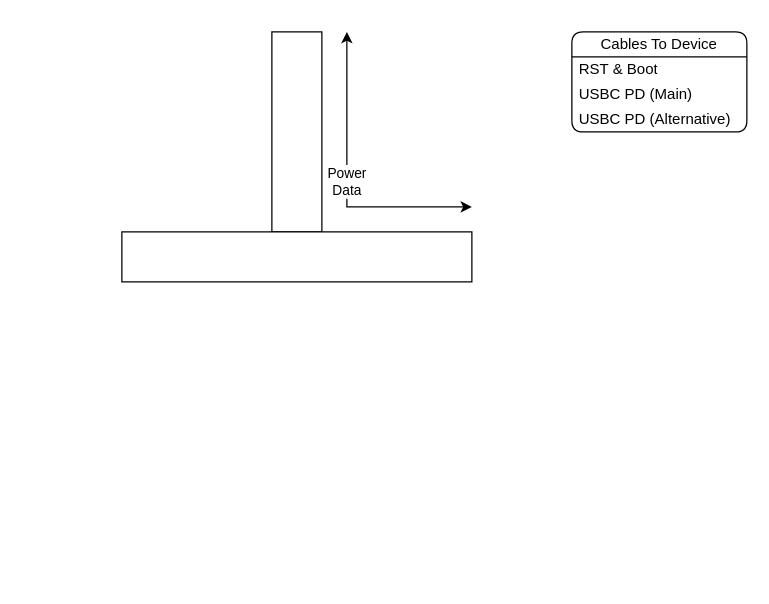
This is page "Brainstorm" (3 of 3) of Documents/Diagram.drawio from Ornithopter-Project/Wind-Tunnel-Platform, a draw.io file, before an edit. Source tidied: cells renumbered, new cells numbered last; positions are measured from the earlier drawing's top-left corner, leaving out a move shared by most shapes. Both pictures are drawn from the tidied source at 125%, with x=0, y=0 at pixel (121, 31).
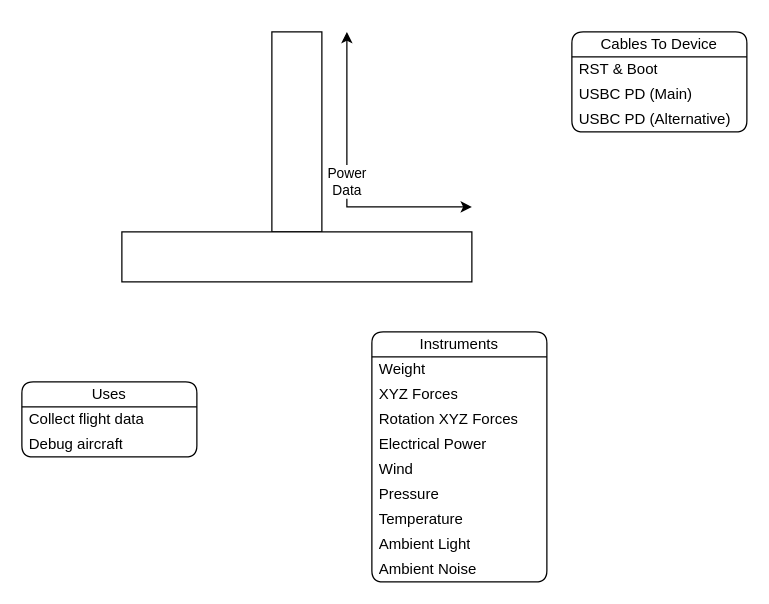
Above is the later version.

Diff of the diagram source:
```diff
@@
+    <mxCell id="9" value="Uses" style="swimlane;fontStyle=0;horizontal=1;startSize=20;whiteSpace=wrap;html=1;rounded=1;" parent="1" vertex="1">
+      <mxGeometry x="-80" y="280" width="140" height="60" as="geometry" />
+    </mxCell>
+    <mxCell id="10" value="Collect flight data" style="text;strokeColor=none;fillColor=none;align=left;verticalAlign=middle;spacingLeft=4;spacingRight=4;overflow=hidden;whiteSpace=wrap;html=1;" parent="9" vertex="1">
+      <mxGeometry y="20" width="140" height="20" as="geometry" />
+    </mxCell>
+    <mxCell id="11" value="Debug aircraft" style="text;strokeColor=none;fillColor=none;align=left;verticalAlign=middle;spacingLeft=4;spacingRight=4;overflow=hidden;whiteSpace=wrap;html=1;" parent="9" vertex="1">
+      <mxGeometry y="40" width="140" height="20" as="geometry" />
+    </mxCell>
+    <mxCell id="12" value="Instruments" style="swimlane;fontStyle=0;horizontal=1;startSize=20;whiteSpace=wrap;html=1;rounded=1;" parent="1" vertex="1">
+      <mxGeometry x="200" y="240" width="140" height="200" as="geometry" />
+    </mxCell>
+    <mxCell id="13" value="Weight" style="text;strokeColor=none;fillColor=none;align=left;verticalAlign=middle;spacingLeft=4;spacingRight=4;overflow=hidden;whiteSpace=wrap;html=1;" parent="12" vertex="1">
+      <mxGeometry y="20" width="140" height="20" as="geometry" />
+    </mxCell>
+    <mxCell id="14" value="XYZ Forces" style="text;strokeColor=none;fillColor=none;align=left;verticalAlign=middle;spacingLeft=4;spacingRight=4;overflow=hidden;whiteSpace=wrap;html=1;" parent="12" vertex="1">
+      <mxGeometry y="40" width="140" height="20" as="geometry" />
+    </mxCell>
+    <mxCell id="15" value="Rotation XYZ Forces" style="text;strokeColor=none;fillColor=none;align=left;verticalAlign=middle;spacingLeft=4;spacingRight=4;overflow=hidden;whiteSpace=wrap;html=1;" parent="12" vertex="1">
+      <mxGeometry y="60" width="140" height="20" as="geometry" />
+    </mxCell>
+    <mxCell id="16" value="Electrical Power" style="text;strokeColor=none;fillColor=none;align=left;verticalAlign=middle;spacingLeft=4;spacingRight=4;overflow=hidden;whiteSpace=wrap;html=1;" parent="12" vertex="1">
+      <mxGeometry y="80" width="140" height="20" as="geometry" />
+    </mxCell>
+    <mxCell id="17" value="Wind" style="text;strokeColor=none;fillColor=none;align=left;verticalAlign=middle;spacingLeft=4;spacingRight=4;overflow=hidden;whiteSpace=wrap;html=1;" parent="12" vertex="1">
+      <mxGeometry y="100" width="140" height="20" as="geometry" />
+    </mxCell>
+    <mxCell id="18" value="Pressure" style="text;strokeColor=none;fillColor=none;align=left;verticalAlign=middle;spacingLeft=4;spacingRight=4;overflow=hidden;whiteSpace=wrap;html=1;" parent="12" vertex="1">
+      <mxGeometry y="120" width="140" height="20" as="geometry" />
+    </mxCell>
+    <mxCell id="19" value="Temperature" style="text;strokeColor=none;fillColor=none;align=left;verticalAlign=middle;spacingLeft=4;spacingRight=4;overflow=hidden;whiteSpace=wrap;html=1;" parent="12" vertex="1">
+      <mxGeometry y="140" width="140" height="20" as="geometry" />
+    </mxCell>
+    <mxCell id="20" value="Ambient Light" style="text;strokeColor=none;fillColor=none;align=left;verticalAlign=middle;spacingLeft=4;spacingRight=4;overflow=hidden;whiteSpace=wrap;html=1;" parent="12" vertex="1">
+      <mxGeometry y="160" width="140" height="20" as="geometry" />
+    </mxCell>
+    <mxCell id="21" value="Ambient Noise" style="text;strokeColor=none;fillColor=none;align=left;verticalAlign=middle;spacingLeft=4;spacingRight=4;overflow=hidden;whiteSpace=wrap;html=1;" parent="12" vertex="1">
+      <mxGeometry y="180" width="140" height="20" as="geometry" />
+    </mxCell>
```
